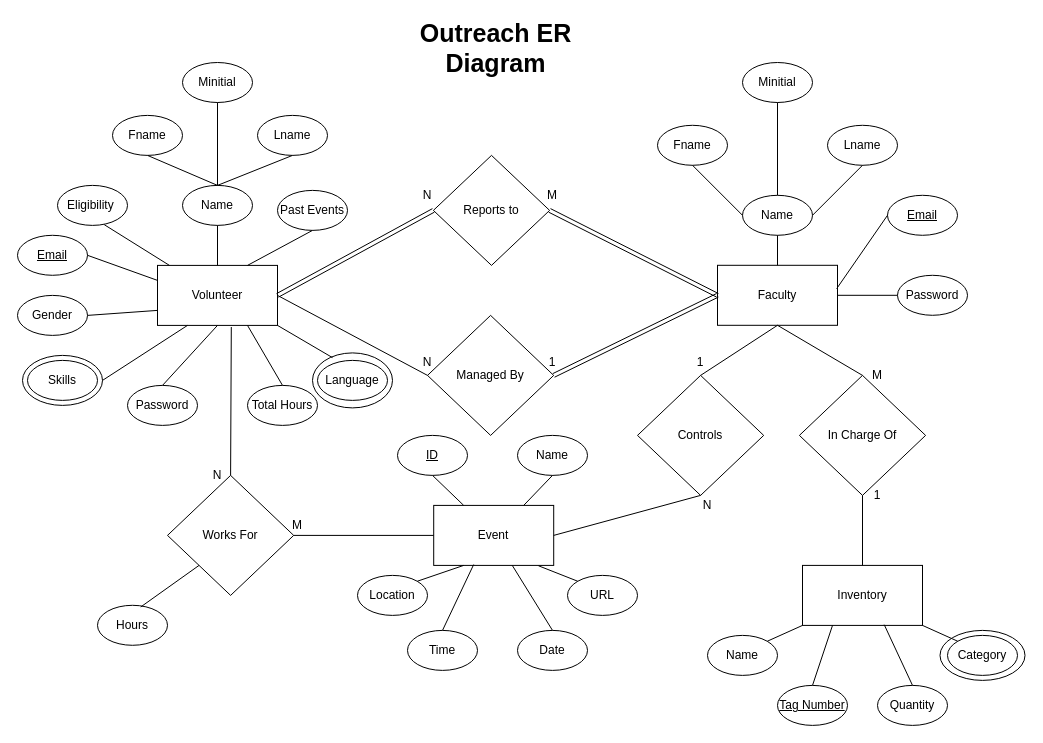
Before: Outreach_ER_V3.drawio in jahernandez14/DB_Diagrams, a draw.io diagram. Source tidied: cells renumbered, new cells numbered last; positions are measured from the earlier drawing's top-left corner, leaving out a move shared by most shapes. Both pictures are drawn from the tidied source at 100%, with x=0, y=0 at pixel (17, 22).
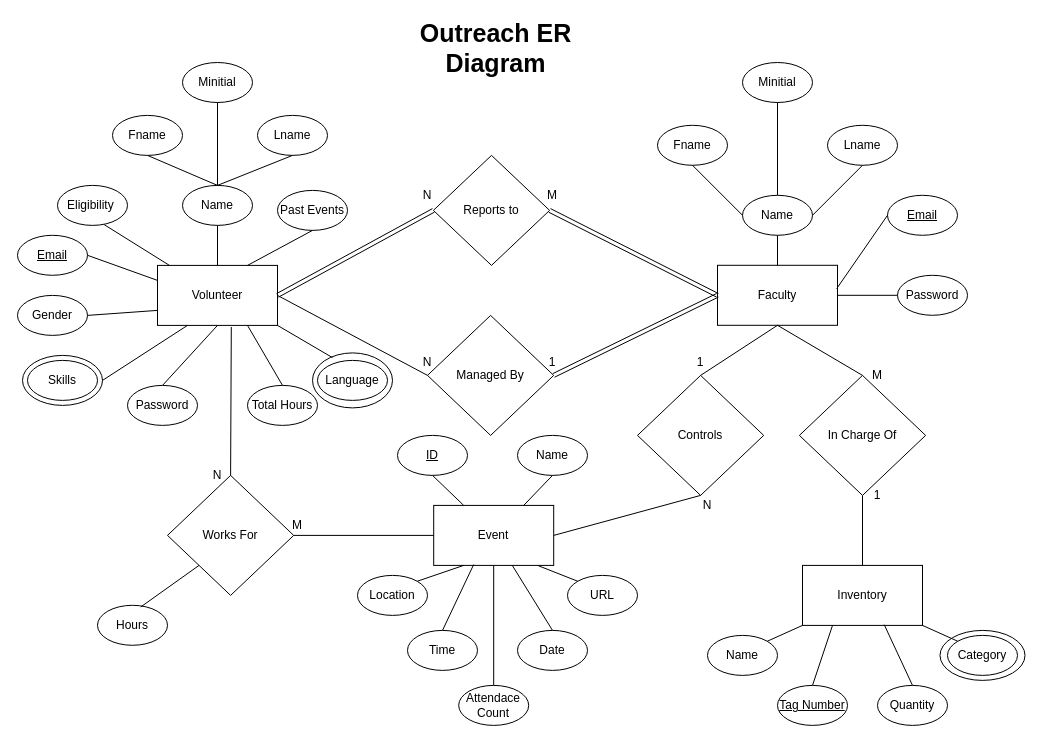
Above is the later version.

Unchanged cells that the change refers to:
```xml
<mxCell id="44" value="&lt;span style=&quot;font-weight: normal&quot;&gt;Event&lt;/span&gt;" style="rounded=0;whiteSpace=wrap;html=1;fontStyle=1;" parent="1" vertex="1">
  <mxGeometry x="416.2" y="482.9" width="120" height="60" as="geometry" />
</mxCell>
```

Diff of the diagram source:
```diff
@@
+    <mxCell id="93" value="Attendace&lt;br&gt;Count" style="ellipse;whiteSpace=wrap;html=1;" parent="1" vertex="1">
+      <mxGeometry x="441.2" y="662.9" width="70" height="40" as="geometry" />
+    </mxCell>
+    <mxCell id="94" style="endArrow=none;html=1;entryX=0.5;entryY=1;entryDx=0;entryDy=0;exitX=0.5;exitY=0;exitDx=0;exitDy=0;" parent="1" edge="1" source="93" target="44">
+      <mxGeometry relative="1" as="geometry" />
+    </mxCell>
```
